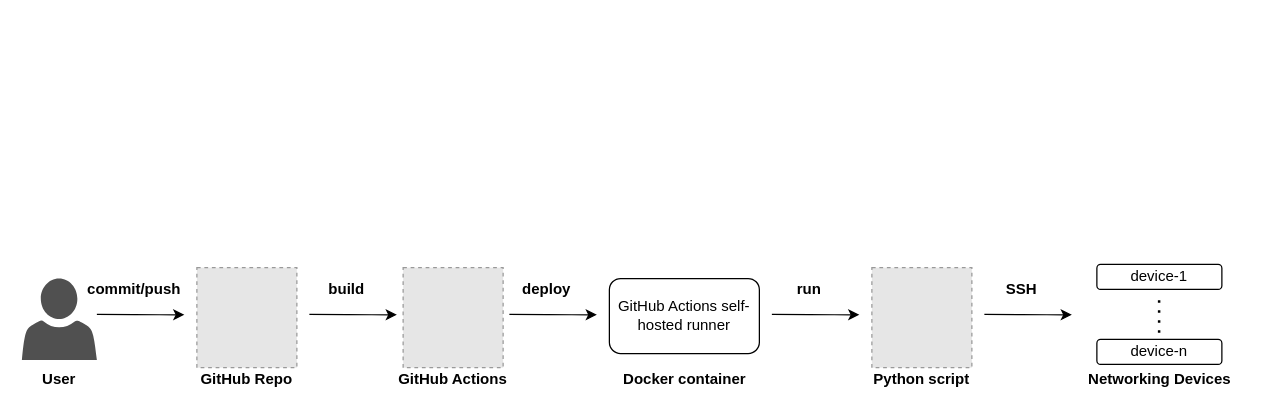
This is diagram-network-automation-github-actions.drawio from gdmoney/network-automation-github-actions, a draw.io file, before an edit. Source tidied: cells renumbered, new cells numbered last; positions are measured from the earlier drawing's top-left corner, leaving out a move shared by most shapes. Both pictures are drawn from the tidied source at 125%, with x=0, y=0 at pixel (21, 264). Pictures stored in the file or linked from it are replaced by grey dashed boxes.
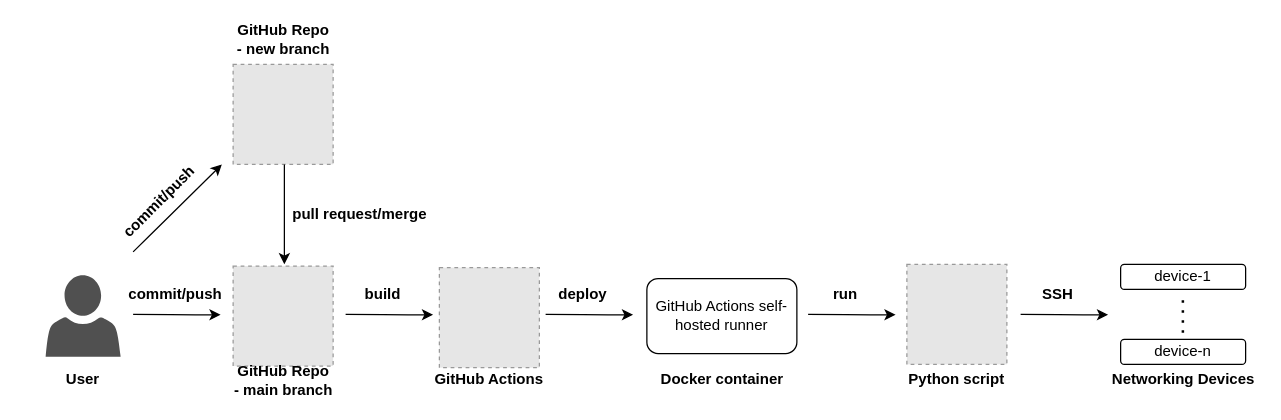
Above is the later version.

Diff of the diagram source:
```diff
@@
     <mxCell id="2" style="fillColor=#E6E6E6;strokeColor=#999999;dashed=1;html=1;verticalAlign=top;verticalLabelPosition=bottom;labelBackgroundColor=#ffffff;" parent="1" vertex="1">
-      <mxGeometry x="680" y="2.6" width="80" height="80" as="geometry" />
+      <mxGeometry x="708" width="80" height="80" as="geometry" />
     </mxCell>
     <mxCell id="3" style="endArrow=classic;html=1;" parent="1" edge="1">
       <mxGeometry relative="1" as="geometry">
-        <mxPoint x="60" y="40" as="sourcePoint" />
-        <mxPoint x="130" y="40.3" as="targetPoint" />
+        <mxPoint x="89" y="40" as="sourcePoint" />
+        <mxPoint x="159" y="40.3" as="targetPoint" />
         <Array as="points">
-          <mxPoint x="100" y="40.3" />
+          <mxPoint x="129" y="40.3" />
         </Array>
       </mxGeometry>
     </mxCell>
     <mxCell id="4" style="endArrow=classic;html=1;" parent="1" edge="1">
       <mxGeometry relative="1" as="geometry">
-        <mxPoint x="230" y="40" as="sourcePoint" />
-        <mxPoint x="300" y="40.3" as="targetPoint" />
+        <mxPoint x="259" y="40" as="sourcePoint" />
+        <mxPoint x="329" y="40.3" as="targetPoint" />
         <Array as="points">
-          <mxPoint x="270" y="40.3" />
+          <mxPoint x="299" y="40.3" />
         </Array>
       </mxGeometry>
     </mxCell>
     <mxCell id="5" style="endArrow=classic;html=1;" parent="1" edge="1">
       <mxGeometry relative="1" as="geometry">
-        <mxPoint x="390" y="40" as="sourcePoint" />
-        <mxPoint x="460" y="40.3" as="targetPoint" />
+        <mxPoint x="419" y="40" as="sourcePoint" />
+        <mxPoint x="489" y="40.3" as="targetPoint" />
         <Array as="points">
-          <mxPoint x="430" y="40.3" />
+          <mxPoint x="459" y="40.3" />
         </Array>
       </mxGeometry>
     </mxCell>
     <mxCell id="6" style="endArrow=classic;html=1;" parent="1" edge="1">
       <mxGeometry relative="1" as="geometry">
-        <mxPoint x="600" y="40" as="sourcePoint" />
-        <mxPoint x="670" y="40.3" as="targetPoint" />
+        <mxPoint x="629" y="40" as="sourcePoint" />
+        <mxPoint x="699" y="40.3" as="targetPoint" />
         <Array as="points">
-          <mxPoint x="640" y="40.3" />
+          <mxPoint x="669" y="40.3" />
         </Array>
       </mxGeometry>
     </mxCell>
     <mxCell id="7" style="endArrow=classic;html=1;" parent="1" edge="1">
       <mxGeometry relative="1" as="geometry">
-        <mxPoint x="770" y="40" as="sourcePoint" />
-        <mxPoint x="840" y="40.3" as="targetPoint" />
+        <mxPoint x="799" y="40" as="sourcePoint" />
+        <mxPoint x="869" y="40.3" as="targetPoint" />
         <Array as="points">
-          <mxPoint x="810" y="40.3" />
+          <mxPoint x="839" y="40.3" />
         </Array>
       </mxGeometry>
     </mxCell>
     <mxCell id="8" value="&lt;b&gt;commit/push&lt;/b&gt;" style="text;html=1;strokeColor=none;fillColor=none;align=center;verticalAlign=middle;whiteSpace=wrap;rounded=0;" parent="1" vertex="1">
-      <mxGeometry x="70" y="10" width="40" height="20" as="geometry" />
+      <mxGeometry x="103" y="14" width="40" height="20" as="geometry" />
     </mxCell>
     <mxCell id="9" value="&lt;b&gt;build&lt;/b&gt;" style="text;html=1;strokeColor=none;fillColor=none;align=center;verticalAlign=middle;whiteSpace=wrap;rounded=0;" parent="1" vertex="1">
-      <mxGeometry x="240" y="10" width="40" height="20" as="geometry" />
+      <mxGeometry x="269" y="14" width="40" height="20" as="geometry" />
     </mxCell>
     <mxCell id="10" value="device-1" style="rounded=1;whiteSpace=wrap;html=1;" parent="1" vertex="1">
-      <mxGeometry x="860" width="100" height="20" as="geometry" />
+      <mxGeometry x="879" width="100" height="20" as="geometry" />
     </mxCell>
     <mxCell id="11" value="device-n" style="rounded=1;whiteSpace=wrap;html=1;" parent="1" vertex="1">
-      <mxGeometry x="860" y="60" width="100" height="20" as="geometry" />
+      <mxGeometry x="879" y="60" width="100" height="20" as="geometry" />
     </mxCell>
     <mxCell id="12" value="&lt;b&gt;Networking Devices&lt;br&gt;&lt;/b&gt;" style="text;html=1;strokeColor=none;fillColor=none;align=center;verticalAlign=middle;whiteSpace=wrap;rounded=0;" parent="1" vertex="1">
-      <mxGeometry x="848.8" y="82" width="122.5" height="20" as="geometry" />
+      <mxGeometry x="867.8" y="82" width="122.5" height="20" as="geometry" />
     </mxCell>
     <mxCell id="13" style="endArrow=none;dashed=1;html=1;dashPattern=1 3;strokeWidth=2;" parent="1" edge="1">
       <mxGeometry relative="1" as="geometry">
-        <mxPoint x="909.8" y="54.6" as="sourcePoint" />
-        <mxPoint x="909.8" y="24.6" as="targetPoint" />
+        <mxPoint x="928.8" y="54.6" as="sourcePoint" />
+        <mxPoint x="928.8" y="24.6" as="targetPoint" />
       </mxGeometry>
     </mxCell>
     <mxCell id="14" value="&lt;b&gt;SSH&lt;/b&gt;" style="text;html=1;strokeColor=none;fillColor=none;align=center;verticalAlign=middle;whiteSpace=wrap;rounded=0;" parent="1" vertex="1">
-      <mxGeometry x="780" y="10" width="40" height="20" as="geometry" />
+      <mxGeometry x="809" y="14" width="40" height="20" as="geometry" />
     </mxCell>
     <mxCell id="15" value="&lt;b&gt;Python script&lt;/b&gt;" style="text;html=1;strokeColor=none;fillColor=none;align=center;verticalAlign=middle;whiteSpace=wrap;rounded=0;" parent="1" vertex="1">
-      <mxGeometry x="680" y="82" width="80" height="20" as="geometry" />
+      <mxGeometry x="708" y="82" width="80" height="20" as="geometry" />
     </mxCell>
     <mxCell id="16" value="&lt;b&gt;deploy&lt;/b&gt;" style="text;html=1;strokeColor=none;fillColor=none;align=center;verticalAlign=middle;whiteSpace=wrap;rounded=0;" parent="1" vertex="1">
-      <mxGeometry x="400" y="10" width="40" height="20" as="geometry" />
+      <mxGeometry x="429" y="14" width="40" height="20" as="geometry" />
     </mxCell>
     <mxCell id="17" value="&lt;b&gt;run&lt;/b&gt;" style="text;html=1;strokeColor=none;fillColor=none;align=center;verticalAlign=middle;whiteSpace=wrap;rounded=0;" parent="1" vertex="1">
-      <mxGeometry x="610" y="10" width="40" height="20" as="geometry" />
+      <mxGeometry x="639" y="14" width="40" height="20" as="geometry" />
     </mxCell>
     <mxCell id="18" value="GitHub Actions self-hosted runner" style="rounded=1;whiteSpace=wrap;html=1;" parent="1" vertex="1">
-      <mxGeometry x="470" y="11.3" width="120" height="60" as="geometry" />
+      <mxGeometry x="500" y="11.3" width="120" height="60" as="geometry" />
     </mxCell>
     <mxCell id="19" value="&lt;b&gt;Docker container&lt;br&gt;&lt;/b&gt;" style="text;html=1;strokeColor=none;fillColor=none;align=center;verticalAlign=middle;whiteSpace=wrap;rounded=0;" parent="1" vertex="1">
-      <mxGeometry x="477.5" y="82" width="105" height="20" as="geometry" />
+      <mxGeometry x="507.5" y="82" width="105" height="20" as="geometry" />
     </mxCell>
     <mxCell id="20" style="fillColor=#E6E6E6;strokeColor=#999999;dashed=1;html=1;verticalAlign=top;verticalLabelPosition=bottom;labelBackgroundColor=#ffffff;" parent="1" vertex="1">
-      <mxGeometry x="305" y="2.6" width="80" height="80" as="geometry" />
+      <mxGeometry x="334" y="2.6" width="80" height="80" as="geometry" />
     </mxCell>
     <mxCell id="21" value="&lt;b&gt;GitHub Actions&lt;br&gt;&lt;/b&gt;" style="text;html=1;strokeColor=none;fillColor=none;align=center;verticalAlign=middle;whiteSpace=wrap;rounded=0;" parent="1" vertex="1">
-      <mxGeometry x="300" y="82" width="90" height="20" as="geometry" />
+      <mxGeometry x="329" y="82" width="90" height="20" as="geometry" />
     </mxCell>
     <mxCell id="22" style="fillColor=#E6E6E6;strokeColor=#999999;dashed=1;html=1;verticalAlign=top;verticalLabelPosition=bottom;labelBackgroundColor=#ffffff;" parent="1" vertex="1">
-      <mxGeometry x="140" y="2.6" width="80" height="80" as="geometry" />
+      <mxGeometry x="169" y="1.3" width="80" height="80" as="geometry" />
     </mxCell>
-    <mxCell id="23" value="&lt;b&gt;GitHub Repo&lt;/b&gt;" style="text;html=1;strokeColor=none;fillColor=none;align=center;verticalAlign=middle;whiteSpace=wrap;rounded=0;" parent="1" vertex="1">
-      <mxGeometry x="140" y="82" width="80" height="20" as="geometry" />
+    <mxCell id="23" value="&lt;b&gt;GitHub Repo - main branch&lt;/b&gt;" style="text;html=1;strokeColor=none;fillColor=none;align=center;verticalAlign=middle;whiteSpace=wrap;rounded=0;" parent="1" vertex="1">
+      <mxGeometry x="168.5" y="82.6" width="81" height="20" as="geometry" />
     </mxCell>
     <mxCell id="24" style="shadow=0;dashed=0;html=1;strokeColor=none;fillColor=#505050;labelPosition=center;verticalLabelPosition=bottom;verticalAlign=top;align=center;shape=mxgraph.office.users.user;" parent="1" vertex="1">
-      <mxGeometry y="11.3" width="60" height="65.2" as="geometry" />
+      <mxGeometry x="19" y="8.7" width="60" height="65.2" as="geometry" />
     </mxCell>
     <mxCell id="25" value="&lt;b&gt;User&lt;/b&gt;" style="text;html=1;strokeColor=none;fillColor=none;align=center;verticalAlign=middle;whiteSpace=wrap;rounded=0;" parent="1" vertex="1">
-      <mxGeometry x="10" y="82" width="40" height="20" as="geometry" />
+      <mxGeometry x="29" y="82" width="40" height="20" as="geometry" />
     </mxCell>
+    <mxCell id="26" style="fillColor=#E6E6E6;strokeColor=#999999;dashed=1;html=1;verticalAlign=top;verticalLabelPosition=bottom;labelBackgroundColor=#ffffff;" parent="1" vertex="1">
+      <mxGeometry x="169" y="-160" width="80" height="80" as="geometry" />
+    </mxCell>
+    <mxCell id="27" style="endArrow=classic;html=1;" parent="1" edge="1">
+      <mxGeometry relative="1" as="geometry">
+        <mxPoint x="210" y="-80" as="sourcePoint" />
+        <mxPoint x="210" as="targetPoint" />
+        <Array as="points">
+          <mxPoint x="210" y="-70" />
+        </Array>
+      </mxGeometry>
+    </mxCell>
+    <mxCell id="28" value="&lt;b&gt;GitHub Repo - new branch&lt;/b&gt;" style="text;html=1;strokeColor=none;fillColor=none;align=center;verticalAlign=middle;whiteSpace=wrap;rounded=0;" parent="1" vertex="1">
+      <mxGeometry x="168.5" y="-190" width="81" height="20" as="geometry" />
+    </mxCell>
+    <mxCell id="29" value="&lt;b&gt;pull request/merge&lt;/b&gt;" style="text;html=1;strokeColor=none;fillColor=none;align=center;verticalAlign=middle;whiteSpace=wrap;rounded=0;" parent="1" vertex="1">
+      <mxGeometry x="215" y="-50" width="111" height="20" as="geometry" />
+    </mxCell>
+    <mxCell id="30" style="endArrow=classic;html=1;" parent="1" edge="1">
+      <mxGeometry relative="1" as="geometry">
+        <mxPoint x="89" y="-10" as="sourcePoint" />
+        <mxPoint x="160" y="-80" as="targetPoint" />
+        <Array as="points">
+          <mxPoint x="109" y="-29.7" />
+        </Array>
+      </mxGeometry>
+    </mxCell>
+    <mxCell id="31" value="&lt;b&gt;commit/push&lt;/b&gt;" style="text;html=1;strokeColor=none;fillColor=none;align=center;verticalAlign=middle;whiteSpace=wrap;rounded=0;rotation=-45;" parent="1" vertex="1">
+      <mxGeometry x="90" y="-60" width="40" height="20" as="geometry" />
+    </mxCell>
```
